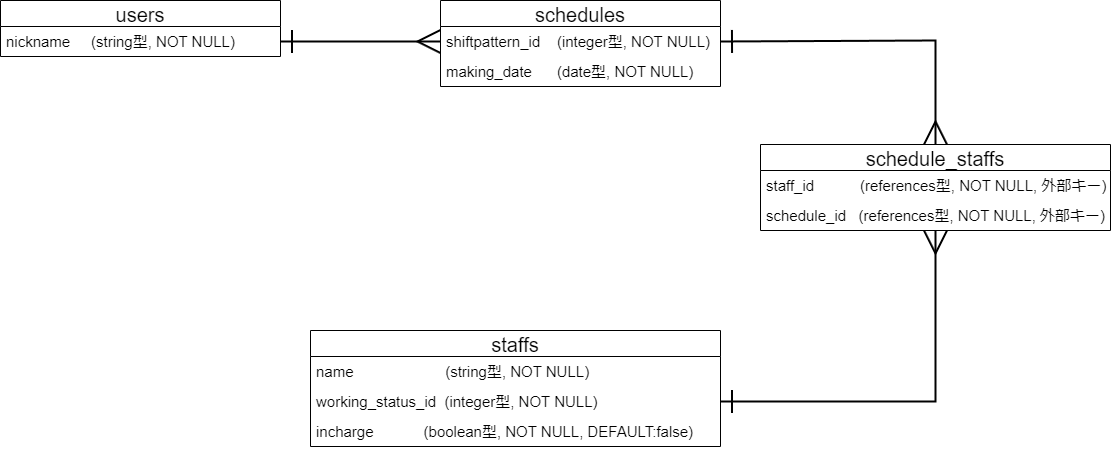
This is shift_maker_DB.drawio.png from piyofisu/shift_maker, a draw.io export, as it was before one commit. Source tidied: cells renumbered, new cells last; positions are measured from the earlier drawing's top-left corner, leaving out a move shared by most shapes.
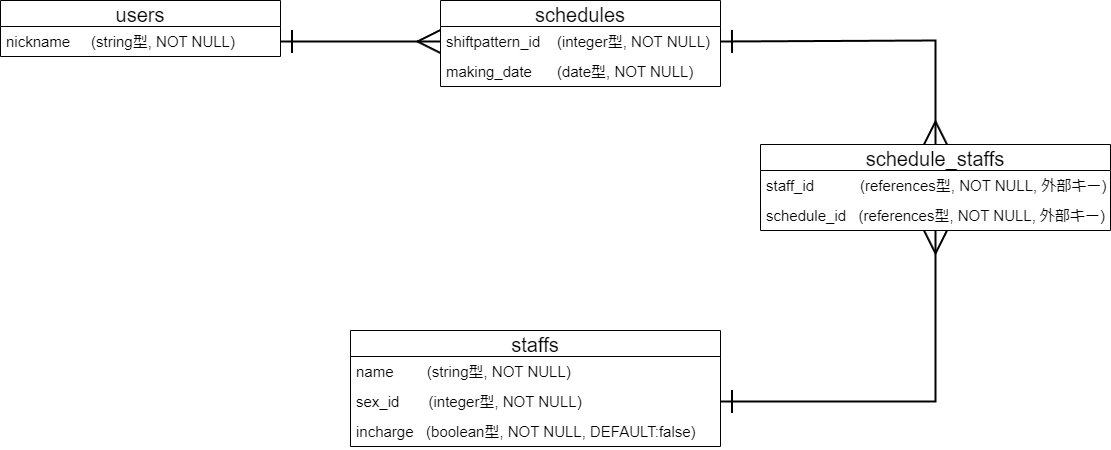
The same file after the commit.

What changed in the source:
```diff
@@ -9,16 +9,16 @@
       <mxGeometry y="26" width="280" height="30" as="geometry" />
     </mxCell>
     <mxCell id="4" value="staffs" style="swimlane;fontStyle=0;horizontal=1;startSize=26;align=center;fontSize=20;" parent="1" vertex="1">
-      <mxGeometry x="310" y="330" width="410" height="116" as="geometry" />
+      <mxGeometry x="350" y="330" width="370" height="116" as="geometry" />
     </mxCell>
-    <mxCell id="5" value="name                      (string型, NOT NULL)" style="text;strokeColor=none;fillColor=none;spacingLeft=4;spacingRight=4;overflow=hidden;fontSize=15;" parent="4" vertex="1">
-      <mxGeometry y="26" width="410" height="30" as="geometry" />
+    <mxCell id="5" value="name        (string型, NOT NULL)" style="text;strokeColor=none;fillColor=none;spacingLeft=4;spacingRight=4;overflow=hidden;fontSize=15;" parent="4" vertex="1">
+      <mxGeometry y="26" width="370" height="30" as="geometry" />
     </mxCell>
-    <mxCell id="6" value="working_status_id   (integer型, NOT NULL)" style="text;strokeColor=none;fillColor=none;spacingLeft=4;spacingRight=4;overflow=hidden;points=[[0,0.5],[1,0.5]];portConstraint=eastwest;fontSize=15;" parent="4" vertex="1">
-      <mxGeometry y="56" width="410" height="30" as="geometry" />
+    <mxCell id="6" value="sex_id       (integer型, NOT NULL)" style="text;strokeColor=none;fillColor=none;spacingLeft=4;spacingRight=4;overflow=hidden;points=[[0,0.5],[1,0.5]];portConstraint=eastwest;fontSize=15;" parent="4" vertex="1">
+      <mxGeometry y="56" width="370" height="30" as="geometry" />
     </mxCell>
-    <mxCell id="7" value="incharge            (boolean型, NOT NULL, DEFAULT:false)" style="text;strokeColor=none;fillColor=none;spacingLeft=4;spacingRight=4;overflow=hidden;fontSize=15;" parent="4" vertex="1">
-      <mxGeometry y="86" width="410" height="30" as="geometry" />
+    <mxCell id="7" value="incharge   (boolean型, NOT NULL, DEFAULT:false)" style="text;strokeColor=none;fillColor=none;spacingLeft=4;spacingRight=4;overflow=hidden;fontSize=15;" parent="4" vertex="1">
+      <mxGeometry y="86" width="370" height="30" as="geometry" />
     </mxCell>
     <mxCell id="8" value="schedules" style="swimlane;fontStyle=0;horizontal=1;startSize=26;align=center;fontSize=20;" parent="1" vertex="1">
       <mxGeometry x="440" width="280" height="86" as="geometry" />
```
